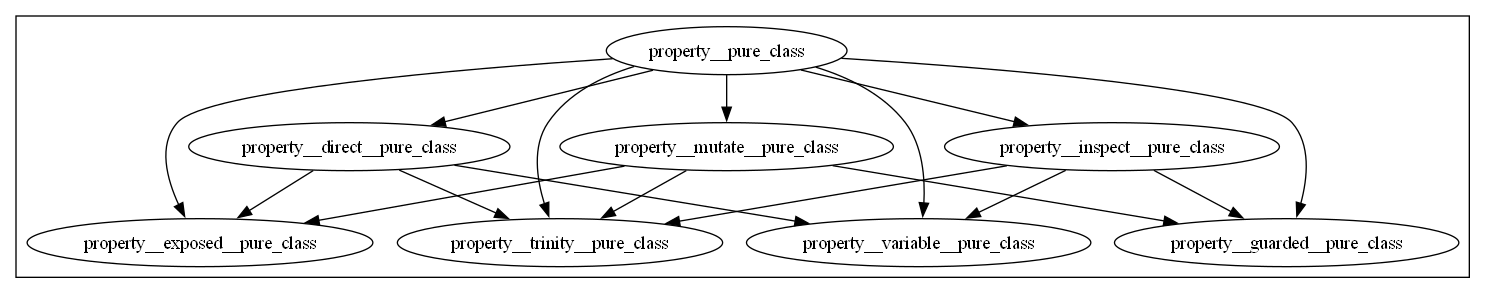
Before: doc/gv/property.png, a diagram exported from Graphviz (dmilos/reflection). Its source is kept beside it as doc/gv/property.gv.
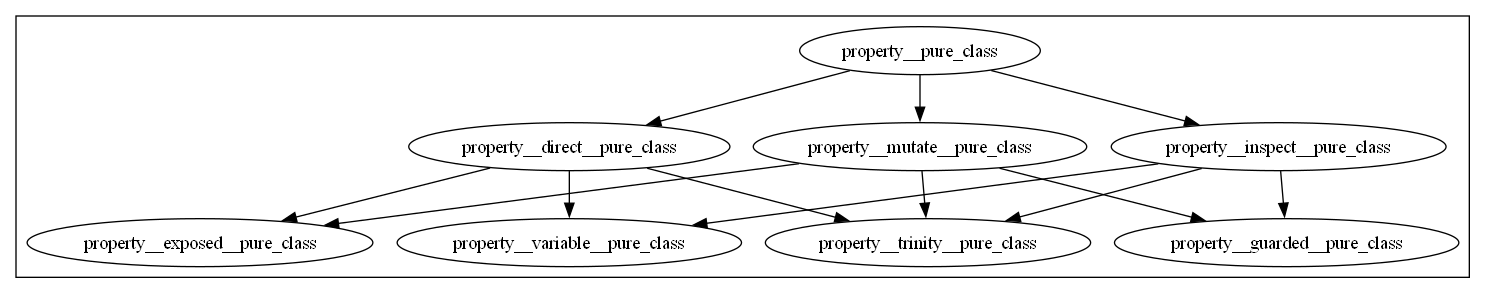
The same file after the commit.

Change to the diagram source:
```diff
@@ -5,19 +5,15 @@
         property__pure_class -> property__mutate__pure_class;
         property__pure_class -> property__inspect__pure_class;
 
-        property__pure_class          ->  property__guarded__pure_class;
         property__mutate__pure_class  ->  property__guarded__pure_class;
         property__inspect__pure_class ->  property__guarded__pure_class;
 
-        property__pure_class          -> property__variable__pure_class;
         property__direct__pure_class   -> property__variable__pure_class;
         property__inspect__pure_class  -> property__variable__pure_class;
 
-        property__pure_class          -> property__exposed__pure_class;
         property__direct__pure_class  -> property__exposed__pure_class;
         property__mutate__pure_class  -> property__exposed__pure_class;
 
-        property__pure_class           -> property__trinity__pure_class;
         property__direct__pure_class   -> property__trinity__pure_class;
         property__mutate__pure_class   -> property__trinity__pure_class;
         property__inspect__pure_class  -> property__trinity__pure_class;
```
